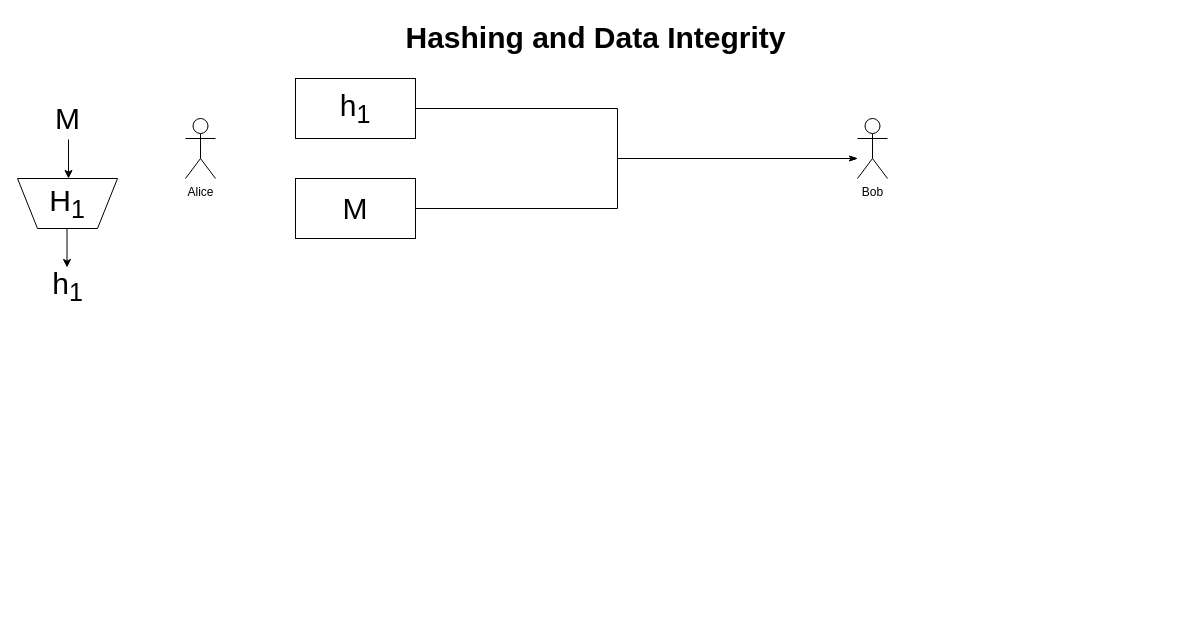
ProTapia/IST-215-Notes keeps this draw.io diagram as Hashing and data integrity.drawio. Above is the earlier version. Source tidied: cells renumbered, new cells numbered last; positions are measured from the earlier drawing's top-left corner, leaving out a move shared by most shapes. Both pictures are drawn from the tidied source at 100%, with x=0, y=0 at pixel (17, 17).
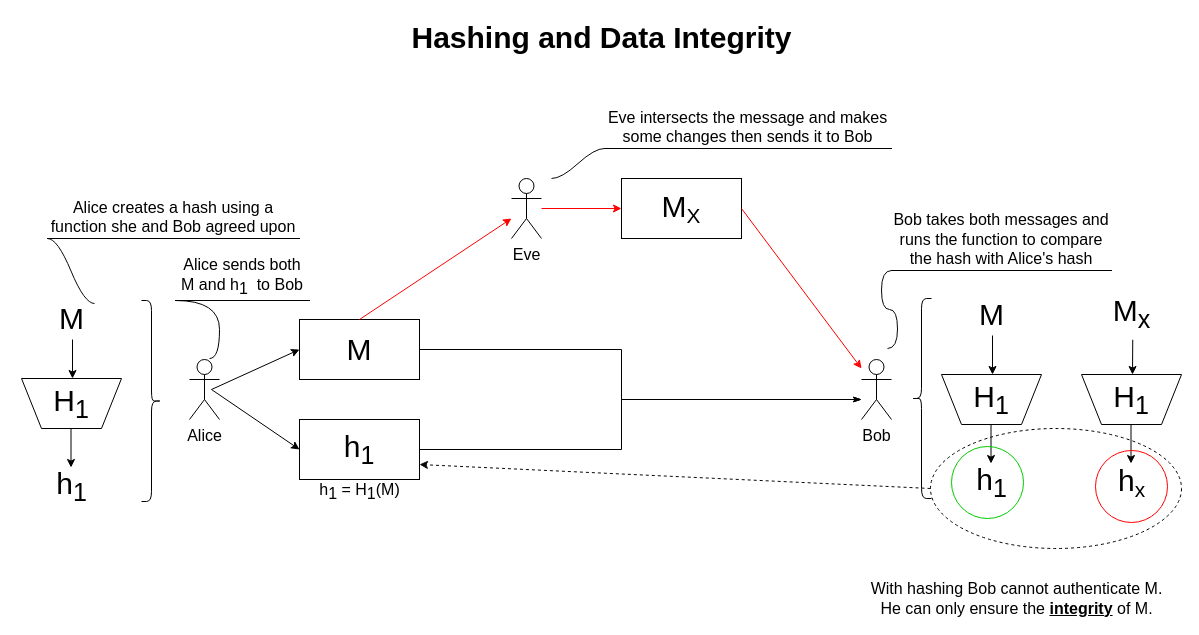
After the change.

What changed in the source:
```diff
@@
-    <mxCell id="2" value="Alice" style="shape=umlActor;verticalLabelPosition=bottom;labelBackgroundColor=#ffffff;verticalAlign=top;html=1;" parent="1" vertex="1">
-      <mxGeometry x="168" y="101" width="30" height="60" as="geometry" />
+    <mxCell id="2" value="Alice" style="shape=umlActor;verticalLabelPosition=bottom;labelBackgroundColor=#ffffff;verticalAlign=top;html=1;fontSize=16;" parent="1" vertex="1">
+      <mxGeometry x="172" y="342" width="30" height="60" as="geometry" />
     </mxCell>
     <mxCell id="3" value="Hashing and Data Integrity" style="text;html=1;align=center;verticalAlign=middle;fontSize=30;fontStyle=1;" parent="1" vertex="1">
-      <mxGeometry x="378" width="400" height="40" as="geometry" />
+      <mxGeometry x="384" width="400" height="40" as="geometry" />
     </mxCell>
     <mxCell id="4" value="M" style="text;html=1;align=center;verticalAlign=middle;points=[];fontSize=30;" parent="1" vertex="1">
-      <mxGeometry x="30" y="81" width="40" height="40" as="geometry" />
+      <mxGeometry x="34" y="281" width="40" height="40" as="geometry" />
     </mxCell>
     <mxCell id="5" value="H&lt;sub&gt;1&lt;/sub&gt;" style="shape=trapezoid;perimeter=trapezoidPerimeter;whiteSpace=wrap;html=1;fontSize=30;direction=west;" parent="1" vertex="1">
-      <mxGeometry y="161" width="100" height="50" as="geometry" />
+      <mxGeometry x="4" y="361" width="100" height="50" as="geometry" />
     </mxCell>
     <mxCell id="6" value="h&lt;sub&gt;1&lt;/sub&gt;" style="text;html=1;align=center;verticalAlign=middle;fontSize=30;" parent="1" vertex="1">
-      <mxGeometry x="25" y="244" width="50" height="50" as="geometry" />
+      <mxGeometry x="29" y="444" width="50" height="50" as="geometry" />
     </mxCell>
     <mxCell id="7" style="endArrow=classic;html=1;fontSize=30;exitX=0.525;exitY=1.025;exitDx=0;exitDy=0;exitPerimeter=0;" parent="1" edge="1" source="4">
       <mxGeometry relative="1" as="geometry">
-        <mxPoint x="51" y="161" as="targetPoint" />
+        <mxPoint x="55" y="361" as="targetPoint" />
       </mxGeometry>
     </mxCell>
     <mxCell id="8" style="endArrow=classic;html=1;fontSize=30;exitX=0.525;exitY=1.025;exitDx=0;exitDy=0;exitPerimeter=0;" parent="1" edge="1">
       <mxGeometry relative="1" as="geometry">
-        <mxPoint x="49.5" y="211" as="sourcePoint" />
-        <mxPoint x="49.5" y="250" as="targetPoint" />
+        <mxPoint x="53.5" y="411" as="sourcePoint" />
+        <mxPoint x="53.5" y="450" as="targetPoint" />
       </mxGeometry>
     </mxCell>
-    <mxCell id="9" value="M" style="rounded=0;whiteSpace=wrap;html=1;fontSize=30;" parent="1" vertex="1">
-      <mxGeometry x="278" y="161" width="120" height="60" as="geometry" />
+    <mxCell id="9" value="h&lt;sub&gt;1&lt;/sub&gt;" style="rounded=0;whiteSpace=wrap;html=1;fontSize=30;" parent="1" vertex="1">
+      <mxGeometry x="282" y="402" width="120" height="60" as="geometry" />
     </mxCell>
-    <mxCell id="10" value="h&lt;sub&gt;1&lt;/sub&gt;" style="rounded=0;whiteSpace=wrap;html=1;fontSize=30;" parent="1" vertex="1">
-      <mxGeometry x="278" y="61" width="120" height="60" as="geometry" />
+    <mxCell id="10" value="M" style="rounded=0;whiteSpace=wrap;html=1;fontSize=30;" parent="1" vertex="1">
+      <mxGeometry x="282" y="302" width="120" height="60" as="geometry" />
     </mxCell>
-    <mxCell id="11" value="Bob" style="shape=umlActor;verticalLabelPosition=bottom;labelBackgroundColor=#ffffff;verticalAlign=top;html=1;" parent="1" vertex="1">
-      <mxGeometry x="840" y="101" width="30" height="60" as="geometry" />
+    <mxCell id="11" value="Bob" style="shape=umlActor;verticalLabelPosition=bottom;labelBackgroundColor=#ffffff;verticalAlign=top;html=1;fontSize=16;" parent="1" vertex="1">
+      <mxGeometry x="844" y="342" width="30" height="60" as="geometry" />
     </mxCell>
     <mxCell id="12" style="edgeStyle=orthogonalEdgeStyle;fontSize=12;html=1;endArrow=classicThin;endFill=1;rounded=0;strokeWidth=1;exitX=1;exitY=0.5;exitDx=0;exitDy=0;" parent="1" edge="1" source="10">
       <mxGeometry relative="1" as="geometry">
-        <mxPoint x="840" y="141" as="targetPoint" />
+        <mxPoint x="844" y="382" as="targetPoint" />
         <Array as="points">
-          <mxPoint x="600" y="91" />
-          <mxPoint x="600" y="141" />
+          <mxPoint x="604" y="332" />
+          <mxPoint x="604" y="382" />
         </Array>
       </mxGeometry>
     </mxCell>
     <mxCell id="13" style="edgeStyle=orthogonalEdgeStyle;fontSize=12;html=1;endArrow=classicThin;endFill=1;rounded=0;strokeWidth=1;exitX=1;exitY=0.5;exitDx=0;exitDy=0;" parent="1" edge="1" source="9">
       <mxGeometry relative="1" as="geometry">
-        <mxPoint x="840" y="141" as="targetPoint" />
+        <mxPoint x="844" y="382" as="targetPoint" />
         <Array as="points">
-          <mxPoint x="600" y="191" />
-          <mxPoint x="600" y="141" />
-          <mxPoint x="840" y="141" />
+          <mxPoint x="604" y="432" />
+          <mxPoint x="604" y="382" />
+          <mxPoint x="844" y="382" />
         </Array>
       </mxGeometry>
     </mxCell>
+    <mxCell id="14" style="endArrow=classic;html=1;entryX=0;entryY=0.5;entryDx=0;entryDy=0;" parent="1" edge="1" target="10">
+      <mxGeometry relative="1" as="geometry">
+        <mxPoint x="194" y="372" as="sourcePoint" />
+      </mxGeometry>
+    </mxCell>
+    <mxCell id="15" style="endArrow=classic;html=1;entryX=0;entryY=0.5;entryDx=0;entryDy=0;" parent="1" edge="1" target="9">
+      <mxGeometry relative="1" as="geometry">
+        <mxPoint x="194" y="372" as="sourcePoint" />
+      </mxGeometry>
+    </mxCell>
+    <mxCell id="16" style="shape=curlyBracket;whiteSpace=wrap;html=1;rounded=1;rotation=-180;" parent="1" vertex="1">
+      <mxGeometry x="124" y="283" width="20" height="201" as="geometry" />
+    </mxCell>
+    <mxCell id="17" value="Alice sends both M and h&lt;sub style=&quot;font-size: 16px;&quot;&gt;1&amp;nbsp; &lt;/sub&gt;to Bob" style="whiteSpace=wrap;html=1;shape=partialRectangle;top=0;left=0;bottom=1;right=0;points=[[0,1],[1,1]];strokeColor=#000000;fillColor=none;align=center;verticalAlign=bottom;routingCenterY=0.5;snapToPoint=1;fontSize=16;" parent="1" vertex="1">
+      <mxGeometry x="158" y="253" width="134" height="30" as="geometry" />
+    </mxCell>
+    <mxCell id="18" style="edgeStyle=entityRelationEdgeStyle;startArrow=none;endArrow=none;segment=10;curved=1;entryX=0;entryY=1;entryDx=0;entryDy=0;" parent="1" edge="1" target="17">
+      <mxGeometry relative="1" as="geometry">
+        <mxPoint x="192" y="341" as="sourcePoint" />
+      </mxGeometry>
+    </mxCell>
+    <mxCell id="19" value="Eve" style="shape=umlActor;verticalLabelPosition=bottom;labelBackgroundColor=#ffffff;verticalAlign=top;html=1;fontSize=16;" parent="1" vertex="1">
+      <mxGeometry x="494" y="161" width="30" height="60" as="geometry" />
+    </mxCell>
+    <mxCell id="20" style="endArrow=classic;html=1;exitX=0.5;exitY=0;exitDx=0;exitDy=0;strokeColor=#FF0000;" parent="1" edge="1" source="10">
+      <mxGeometry relative="1" as="geometry">
+        <mxPoint x="494" y="201" as="targetPoint" />
+      </mxGeometry>
+    </mxCell>
+    <mxCell id="21" value="&lt;font style=&quot;font-size: 30px&quot;&gt;M&lt;/font&gt;&lt;font style=&quot;font-size: 25px&quot;&gt;&lt;sub&gt;X&lt;/sub&gt;&lt;/font&gt;" style="rounded=0;whiteSpace=wrap;html=1;" parent="1" vertex="1">
+      <mxGeometry x="604" y="161" width="120" height="60" as="geometry" />
+    </mxCell>
+    <mxCell id="22" style="endArrow=classic;html=1;strokeColor=#FF0000;entryX=0;entryY=0.5;entryDx=0;entryDy=0;" parent="1" edge="1" target="21">
+      <mxGeometry relative="1" as="geometry">
+        <mxPoint x="524" y="191" as="sourcePoint" />
+      </mxGeometry>
+    </mxCell>
+    <mxCell id="23" style="endArrow=classic;html=1;strokeColor=#FF0000;exitX=1;exitY=0.5;exitDx=0;exitDy=0;" parent="1" edge="1" source="21">
+      <mxGeometry relative="1" as="geometry">
+        <mxPoint x="844" y="351" as="targetPoint" />
+      </mxGeometry>
+    </mxCell>
+    <mxCell id="24" value="Eve intersects the message and makes some changes then sends it to Bob" style="whiteSpace=wrap;html=1;shape=partialRectangle;top=0;left=0;bottom=1;right=0;points=[[0,1],[1,1]];strokeColor=#000000;fillColor=none;align=center;verticalAlign=bottom;routingCenterY=0.5;snapToPoint=1;fontSize=16;" parent="1" vertex="1">
+      <mxGeometry x="587" y="111" width="287" height="20" as="geometry" />
+    </mxCell>
+    <mxCell id="25" style="edgeStyle=entityRelationEdgeStyle;startArrow=none;endArrow=none;segment=10;curved=1;strokeColor=#080808;entryX=0;entryY=1;entryDx=0;entryDy=0;" parent="1" edge="1" target="24">
+      <mxGeometry relative="1" as="geometry">
+        <mxPoint x="534" y="161" as="sourcePoint" />
+      </mxGeometry>
+    </mxCell>
+    <mxCell id="26" value="M" style="text;html=1;align=center;verticalAlign=middle;points=[];fontSize=30;" parent="1" vertex="1">
+      <mxGeometry x="954" y="277" width="40" height="40" as="geometry" />
+    </mxCell>
+    <mxCell id="27" value="H&lt;sub&gt;1&lt;/sub&gt;" style="shape=trapezoid;perimeter=trapezoidPerimeter;whiteSpace=wrap;html=1;fontSize=30;direction=west;" parent="1" vertex="1">
+      <mxGeometry x="924" y="357" width="100" height="50" as="geometry" />
+    </mxCell>
+    <mxCell id="28" value="h&lt;sub&gt;1&lt;/sub&gt;" style="text;html=1;align=center;verticalAlign=middle;fontSize=30;" parent="1" vertex="1">
+      <mxGeometry x="949" y="440" width="50" height="50" as="geometry" />
+    </mxCell>
+    <mxCell id="29" style="endArrow=classic;html=1;fontSize=30;exitX=0.525;exitY=1.025;exitDx=0;exitDy=0;exitPerimeter=0;" parent="1" edge="1" source="26">
+      <mxGeometry relative="1" as="geometry">
+        <mxPoint x="975" y="357" as="targetPoint" />
+      </mxGeometry>
+    </mxCell>
+    <mxCell id="30" style="endArrow=classic;html=1;fontSize=30;exitX=0.525;exitY=1.025;exitDx=0;exitDy=0;exitPerimeter=0;" parent="1" edge="1">
+      <mxGeometry relative="1" as="geometry">
+        <mxPoint x="973.5" y="407" as="sourcePoint" />
+        <mxPoint x="973.5" y="446" as="targetPoint" />
+      </mxGeometry>
+    </mxCell>
+    <mxCell id="31" value="M&lt;sub&gt;x&lt;/sub&gt;" style="text;html=1;align=center;verticalAlign=middle;points=[];fontSize=30;" parent="1" vertex="1">
+      <mxGeometry x="1089" y="271" width="50" height="50" as="geometry" />
+    </mxCell>
+    <mxCell id="32" value="H&lt;sub&gt;1&lt;/sub&gt;" style="shape=trapezoid;perimeter=trapezoidPerimeter;whiteSpace=wrap;html=1;fontSize=30;direction=west;" parent="1" vertex="1">
+      <mxGeometry x="1064" y="357" width="100" height="50" as="geometry" />
+    </mxCell>
+    <mxCell id="33" value="h&lt;span style=&quot;font-size: 25px&quot;&gt;&lt;sub&gt;x&lt;/sub&gt;&lt;/span&gt;" style="text;html=1;align=center;verticalAlign=middle;fontSize=30;" parent="1" vertex="1">
+      <mxGeometry x="1094" y="440" width="40" height="50" as="geometry" />
+    </mxCell>
+    <mxCell id="34" style="endArrow=classic;html=1;fontSize=30;exitX=0.525;exitY=1.025;exitDx=0;exitDy=0;exitPerimeter=0;" parent="1" edge="1" source="31">
+      <mxGeometry relative="1" as="geometry">
+        <mxPoint x="1115" y="357" as="targetPoint" />
+      </mxGeometry>
+    </mxCell>
+    <mxCell id="35" style="endArrow=classic;html=1;fontSize=30;exitX=0.525;exitY=1.025;exitDx=0;exitDy=0;exitPerimeter=0;" parent="1" edge="1">
+      <mxGeometry relative="1" as="geometry">
+        <mxPoint x="1113.5" y="407" as="sourcePoint" />
+        <mxPoint x="1113.5" y="446" as="targetPoint" />
+      </mxGeometry>
+    </mxCell>
+    <mxCell id="36" style="shape=curlyBracket;whiteSpace=wrap;html=1;rounded=1;rotation=0;" parent="1" vertex="1">
+      <mxGeometry x="894" y="281" width="20" height="200" as="geometry" />
+    </mxCell>
+    <mxCell id="37" style="ellipse;whiteSpace=wrap;html=1;fillColor=none;dashed=1;" parent="1" vertex="1">
+      <mxGeometry x="913" y="411" width="251" height="120" as="geometry" />
+    </mxCell>
+    <mxCell id="38" style="endArrow=classic;html=1;strokeColor=#080808;entryX=1;entryY=0.75;entryDx=0;entryDy=0;exitX=0;exitY=0.5;exitDx=0;exitDy=0;dashed=1;" parent="1" edge="1" source="37" target="9">
+      <mxGeometry relative="1" as="geometry" />
+    </mxCell>
+    <mxCell id="39" value="Alice creates a hash using a function she and Bob agreed upon" style="whiteSpace=wrap;html=1;shape=partialRectangle;top=0;left=0;bottom=1;right=0;points=[[0,1],[1,1]];strokeColor=#000000;fillColor=none;align=center;verticalAlign=bottom;routingCenterY=0.5;snapToPoint=1;fontSize=16;" parent="1" vertex="1">
+      <mxGeometry x="30" y="201" width="252" height="20" as="geometry" />
+    </mxCell>
+    <mxCell id="40" style="edgeStyle=entityRelationEdgeStyle;startArrow=none;endArrow=none;segment=10;curved=1;strokeColor=#080808;exitX=1.075;exitY=0.125;exitDx=0;exitDy=0;entryX=0;entryY=1;entryDx=0;entryDy=0;exitPerimeter=0;" parent="1" edge="1" source="4" target="39">
+      <mxGeometry relative="1" as="geometry" />
+    </mxCell>
+    <mxCell id="41" value="h&lt;sub style=&quot;font-size: 16px;&quot;&gt;1 &lt;/sub&gt;= H&lt;sub style=&quot;font-size: 16px;&quot;&gt;1&lt;/sub&gt;(M)" style="text;html=1;align=center;verticalAlign=middle;fontSize=16;" parent="1" vertex="1">
+      <mxGeometry x="292" y="459" width="100" height="30" as="geometry" />
+    </mxCell>
+    <mxCell id="42" value="Bob takes both messages and runs the function to compare the hash with Alice's hash" style="whiteSpace=wrap;html=1;shape=partialRectangle;top=0;left=0;bottom=1;right=0;points=[[0,1],[1,1]];strokeColor=#000000;fillColor=none;align=center;verticalAlign=bottom;routingCenterY=0.5;snapToPoint=1;fontSize=16;" parent="1" vertex="1">
+      <mxGeometry x="874" y="233" width="220" height="20" as="geometry" />
+    </mxCell>
+    <mxCell id="43" style="edgeStyle=entityRelationEdgeStyle;startArrow=none;endArrow=none;segment=10;curved=1;strokeColor=#080808;fontSize=16;entryX=0;entryY=1;entryDx=0;entryDy=0;" parent="1" edge="1" target="42">
+      <mxGeometry relative="1" as="geometry">
+        <mxPoint x="870" y="331" as="sourcePoint" />
+      </mxGeometry>
+    </mxCell>
+    <mxCell id="44" style="ellipse;whiteSpace=wrap;html=1;fillColor=none;fontSize=16;strokeColor=#00CC00;" parent="1" vertex="1">
+      <mxGeometry x="934" y="429" width="72" height="72" as="geometry" />
+    </mxCell>
+    <mxCell id="45" style="ellipse;whiteSpace=wrap;html=1;fillColor=none;fontSize=16;strokeColor=#FF0000;" parent="1" vertex="1">
+      <mxGeometry x="1078" y="433" width="72" height="72" as="geometry" />
+    </mxCell>
+    <mxCell id="46" value="With hashing Bob cannot authenticate M.&lt;br&gt;He can only ensure the &lt;u style=&quot;font-weight: bold&quot;&gt;integrity&lt;/u&gt;&amp;nbsp;of M." style="text;html=1;align=center;verticalAlign=middle;fontSize=16;" parent="1" vertex="1">
+      <mxGeometry x="844" y="561" width="310" height="40" as="geometry" />
+    </mxCell>
```
